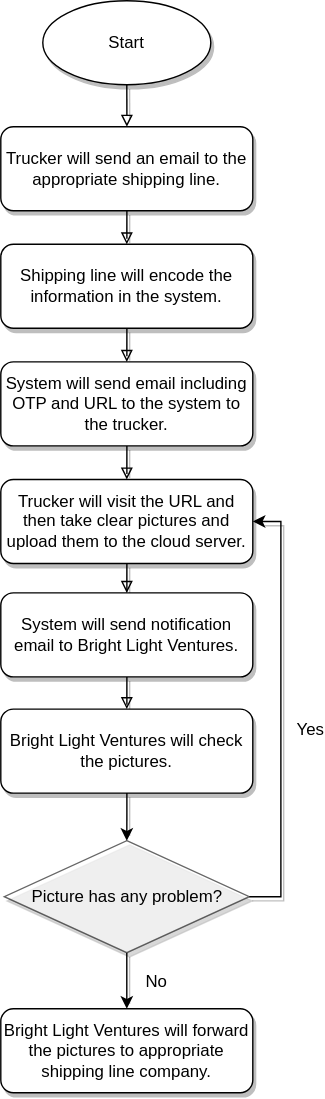
Earlier version of the draw.io export Untitled Diagram.drawio.svg (dev20220810/bright-light-ventures-ph-documentation). Source tidied: cells renumbered, new cells last; positions are measured from the earlier drawing's top-left corner, leaving out a move shared by most shapes. Its diagram source:
```xml
<mxGraphModel>
  <root>
    <mxCell id="0" />
    <mxCell id="1" parent="0" />
    <mxCell id="2" style="edgeStyle=orthogonalEdgeStyle;rounded=0;jettySize=auto;html=1;endArrow=block;endFill=0;shadow=1;" parent="1" edge="1" source="3" target="5">
      <mxGeometry relative="1" as="geometry" />
    </mxCell>
    <mxCell id="3" value="Start" style="ellipse;whiteSpace=wrap;html=1;shadow=1;" parent="1" vertex="1">
      <mxGeometry x="30" width="120" height="60" as="geometry" />
    </mxCell>
    <mxCell id="4" style="edgeStyle=orthogonalEdgeStyle;rounded=0;jettySize=auto;html=1;entryX=0.5;entryY=0;entryDx=0;entryDy=0;endArrow=block;endFill=0;shadow=1;" parent="1" edge="1" source="5" target="7">
      <mxGeometry relative="1" as="geometry" />
    </mxCell>
    <mxCell id="5" value="Trucker will send an email to the appropriate shipping line." style="whiteSpace=wrap;html=1;rounded=1;shadow=1;glass=0;sketch=0;" parent="1" vertex="1">
      <mxGeometry y="90" width="180" height="60" as="geometry" />
    </mxCell>
    <mxCell id="6" style="edgeStyle=orthogonalEdgeStyle;rounded=0;jettySize=auto;html=1;entryX=0.5;entryY=0;entryDx=0;entryDy=0;endArrow=block;endFill=0;shadow=1;" parent="1" edge="1" source="7" target="9">
      <mxGeometry relative="1" as="geometry" />
    </mxCell>
    <mxCell id="7" value="Shipping line will encode the information in the system." style="whiteSpace=wrap;html=1;shadow=1;rounded=1;" parent="1" vertex="1">
      <mxGeometry y="174" width="180" height="60" as="geometry" />
    </mxCell>
    <mxCell id="8" style="edgeStyle=orthogonalEdgeStyle;rounded=0;jettySize=auto;html=1;entryX=0.5;entryY=0;entryDx=0;entryDy=0;endArrow=block;endFill=0;shadow=1;" parent="1" edge="1" source="9" target="11">
      <mxGeometry relative="1" as="geometry" />
    </mxCell>
    <mxCell id="9" value="System will send email including OTP and URL to the system to the trucker." style="whiteSpace=wrap;html=1;shadow=1;rounded=1;" parent="1" vertex="1">
      <mxGeometry y="258" width="180" height="60" as="geometry" />
    </mxCell>
    <mxCell id="10" style="edgeStyle=orthogonalEdgeStyle;rounded=0;jettySize=auto;html=1;entryX=0.5;entryY=0;entryDx=0;entryDy=0;shadow=1;endArrow=block;endFill=0;" parent="1" edge="1" source="11" target="13">
      <mxGeometry relative="1" as="geometry" />
    </mxCell>
    <mxCell id="11" value="Trucker will visit the URL and then take clear pictures and upload them to the cloud server." style="whiteSpace=wrap;html=1;shadow=1;rounded=1;" parent="1" vertex="1">
      <mxGeometry y="342" width="180" height="60" as="geometry" />
    </mxCell>
    <mxCell id="12" style="edgeStyle=orthogonalEdgeStyle;rounded=0;jettySize=auto;html=1;entryX=0.5;entryY=0;entryDx=0;entryDy=0;shadow=1;endArrow=block;endFill=0;" parent="1" edge="1" source="13" target="15">
      <mxGeometry relative="1" as="geometry" />
    </mxCell>
    <mxCell id="13" value="System will send notification email to Bright Light Ventures." style="whiteSpace=wrap;html=1;shadow=1;rounded=1;" parent="1" vertex="1">
      <mxGeometry y="423" width="180" height="60" as="geometry" />
    </mxCell>
    <mxCell id="14" style="edgeStyle=orthogonalEdgeStyle;rounded=0;jettySize=auto;html=1;entryX=0.5;entryY=0;entryDx=0;entryDy=0;shadow=1;fontSize=12;startArrow=none;startFill=0;" parent="1" edge="1" source="15" target="20">
      <mxGeometry relative="1" as="geometry" />
    </mxCell>
    <mxCell id="15" value="Bright Light Ventures will check the pictures." style="whiteSpace=wrap;html=1;shadow=1;rounded=1;" parent="1" vertex="1">
      <mxGeometry y="506" width="180" height="60" as="geometry" />
    </mxCell>
    <mxCell id="16" style="edgeStyle=orthogonalEdgeStyle;rounded=0;jettySize=auto;html=1;entryX=0.5;entryY=0;entryDx=0;entryDy=0;shadow=1;fontSize=12;startArrow=none;startFill=0;" parent="1" edge="1" source="20" target="21">
      <mxGeometry relative="1" as="geometry" />
    </mxCell>
    <mxCell id="17" value="No" style="edgeLabel;html=1;align=center;verticalAlign=middle;fontSize=12;" parent="16" vertex="1">
      <mxGeometry x="-0.84" relative="1" as="geometry">
        <mxPoint x="20" y="17" as="offset" />
      </mxGeometry>
    </mxCell>
    <mxCell id="18" style="edgeStyle=orthogonalEdgeStyle;rounded=0;jettySize=auto;html=1;entryX=1;entryY=0.5;entryDx=0;entryDy=0;shadow=1;fontSize=12;startArrow=none;startFill=0;" parent="1" edge="1" source="20" target="11">
      <mxGeometry relative="1" as="geometry">
        <Array as="points">
          <mxPoint x="200" y="640" />
          <mxPoint x="200" y="372" />
        </Array>
      </mxGeometry>
    </mxCell>
    <mxCell id="19" value="Yes" style="edgeLabel;html=1;align=center;verticalAlign=middle;fontSize=12;" parent="18" vertex="1">
      <mxGeometry x="-0.1" y="2" relative="1" as="geometry">
        <mxPoint x="22" y="-2" as="offset" />
      </mxGeometry>
    </mxCell>
    <mxCell id="20" value="Picture has any problem?" style="rhombus;whiteSpace=wrap;html=1;shadow=1;glass=1;fillStyle=auto;fontSize=12;opacity=60;rounded=0;" parent="1" vertex="1">
      <mxGeometry x="2.5" y="600" width="175" height="80" as="geometry" />
    </mxCell>
    <mxCell id="21" value="Bright Light Ventures will forward the pictures to appropriate shipping line company." style="whiteSpace=wrap;html=1;shadow=1;rounded=1;" parent="1" vertex="1">
      <mxGeometry y="720" width="180" height="60" as="geometry" />
    </mxCell>
  </root>
</mxGraphModel>
```
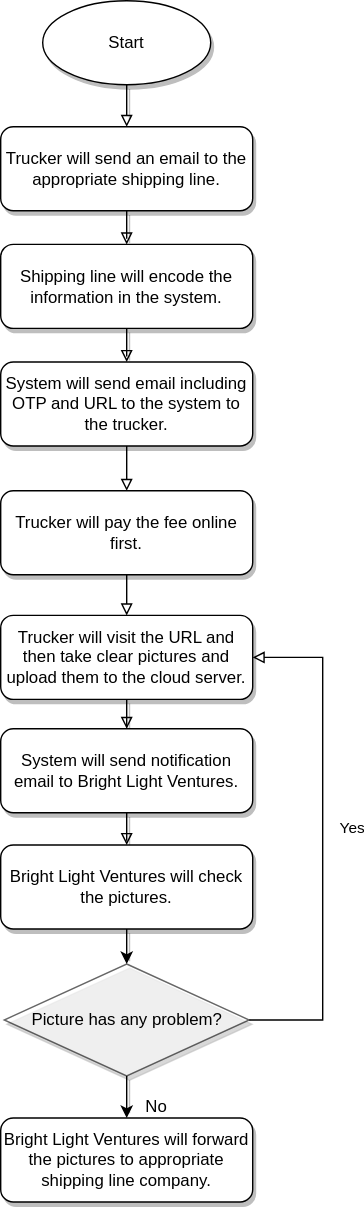
After the commit.

Diff of the diagram source:
```diff
@@ -20,9 +20,9 @@
     <mxCell id="7" value="Shipping line will encode the information in the system." style="whiteSpace=wrap;html=1;shadow=1;rounded=1;" parent="1" vertex="1">
       <mxGeometry y="174" width="180" height="60" as="geometry" />
     </mxCell>
-    <mxCell id="8" style="edgeStyle=orthogonalEdgeStyle;rounded=0;jettySize=auto;html=1;entryX=0.5;entryY=0;entryDx=0;entryDy=0;endArrow=block;endFill=0;shadow=1;" parent="1" edge="1" source="9" target="11">
-      <mxGeometry relative="1" as="geometry" />
-    </mxCell>
+    <mxCell id="22" style="edgeStyle=orthogonalEdgeStyle;rounded=0;jettySize=auto;html=1;entryX=0.5;entryY=0;entryDx=0;entryDy=0;endArrow=block;endFill=0;" parent="1" edge="1" source="9" target="24">
+      <mxGeometry relative="1" as="geometry" />
+    </mxCell>
     <mxCell id="9" value="System will send email including OTP and URL to the system to the trucker." style="whiteSpace=wrap;html=1;shadow=1;rounded=1;" parent="1" vertex="1">
       <mxGeometry y="258" width="180" height="60" as="geometry" />
     </mxCell>
@@ -30,19 +30,19 @@
       <mxGeometry relative="1" as="geometry" />
     </mxCell>
     <mxCell id="11" value="Trucker will visit the URL and then take clear pictures and upload them to the cloud server." style="whiteSpace=wrap;html=1;shadow=1;rounded=1;" parent="1" vertex="1">
-      <mxGeometry y="342" width="180" height="60" as="geometry" />
+      <mxGeometry y="439" width="180" height="60" as="geometry" />
     </mxCell>
     <mxCell id="12" style="edgeStyle=orthogonalEdgeStyle;rounded=0;jettySize=auto;html=1;entryX=0.5;entryY=0;entryDx=0;entryDy=0;shadow=1;endArrow=block;endFill=0;" parent="1" edge="1" source="13" target="15">
       <mxGeometry relative="1" as="geometry" />
     </mxCell>
     <mxCell id="13" value="System will send notification email to Bright Light Ventures." style="whiteSpace=wrap;html=1;shadow=1;rounded=1;" parent="1" vertex="1">
-      <mxGeometry y="423" width="180" height="60" as="geometry" />
+      <mxGeometry y="520" width="180" height="60" as="geometry" />
     </mxCell>
     <mxCell id="14" style="edgeStyle=orthogonalEdgeStyle;rounded=0;jettySize=auto;html=1;entryX=0.5;entryY=0;entryDx=0;entryDy=0;shadow=1;fontSize=12;startArrow=none;startFill=0;" parent="1" edge="1" source="15" target="20">
       <mxGeometry relative="1" as="geometry" />
     </mxCell>
     <mxCell id="15" value="Bright Light Ventures will check the pictures." style="whiteSpace=wrap;html=1;shadow=1;rounded=1;" parent="1" vertex="1">
-      <mxGeometry y="506" width="180" height="60" as="geometry" />
+      <mxGeometry y="603" width="180" height="60" as="geometry" />
     </mxCell>
     <mxCell id="16" style="edgeStyle=orthogonalEdgeStyle;rounded=0;jettySize=auto;html=1;entryX=0.5;entryY=0;entryDx=0;entryDy=0;shadow=1;fontSize=12;startArrow=none;startFill=0;" parent="1" edge="1" source="20" target="21">
       <mxGeometry relative="1" as="geometry" />
@@ -52,24 +52,30 @@
         <mxPoint x="20" y="17" as="offset" />
       </mxGeometry>
     </mxCell>
-    <mxCell id="18" style="edgeStyle=orthogonalEdgeStyle;rounded=0;jettySize=auto;html=1;entryX=1;entryY=0.5;entryDx=0;entryDy=0;shadow=1;fontSize=12;startArrow=none;startFill=0;" parent="1" edge="1" source="20" target="11">
+    <mxCell id="18" style="edgeStyle=orthogonalEdgeStyle;rounded=0;jettySize=auto;html=1;entryX=1;entryY=0.5;entryDx=0;entryDy=0;endArrow=block;endFill=0;" parent="1" edge="1" source="20" target="11">
       <mxGeometry relative="1" as="geometry">
         <Array as="points">
-          <mxPoint x="200" y="640" />
-          <mxPoint x="200" y="372" />
+          <mxPoint x="230" y="728" />
+          <mxPoint x="230" y="469" />
         </Array>
       </mxGeometry>
     </mxCell>
-    <mxCell id="19" value="Yes" style="edgeLabel;html=1;align=center;verticalAlign=middle;fontSize=12;" parent="18" vertex="1">
-      <mxGeometry x="-0.1" y="2" relative="1" as="geometry">
-        <mxPoint x="22" y="-2" as="offset" />
+    <mxCell id="19" value="Yes" style="edgeLabel;html=1;align=center;verticalAlign=middle;" parent="18" vertex="1">
+      <mxGeometry x="-0.18" relative="1" as="geometry">
+        <mxPoint x="20" y="-41" as="offset" />
       </mxGeometry>
     </mxCell>
     <mxCell id="20" value="Picture has any problem?" style="rhombus;whiteSpace=wrap;html=1;shadow=1;glass=1;fillStyle=auto;fontSize=12;opacity=60;rounded=0;" parent="1" vertex="1">
-      <mxGeometry x="2.5" y="600" width="175" height="80" as="geometry" />
+      <mxGeometry x="2.5" y="688" width="175" height="80" as="geometry" />
     </mxCell>
     <mxCell id="21" value="Bright Light Ventures will forward the pictures to appropriate shipping line company." style="whiteSpace=wrap;html=1;shadow=1;rounded=1;" parent="1" vertex="1">
-      <mxGeometry y="720" width="180" height="60" as="geometry" />
+      <mxGeometry y="798" width="180" height="60" as="geometry" />
     </mxCell>
+    <mxCell id="23" style="edgeStyle=orthogonalEdgeStyle;rounded=0;jettySize=auto;html=1;entryX=0.5;entryY=0;entryDx=0;entryDy=0;endArrow=block;endFill=0;" parent="1" edge="1" source="24" target="11">
+      <mxGeometry relative="1" as="geometry" />
+    </mxCell>
+    <mxCell id="24" value="Trucker will pay the fee online first." style="whiteSpace=wrap;html=1;shadow=1;rounded=1;" parent="1" vertex="1">
+      <mxGeometry y="350" width="180" height="60" as="geometry" />
+    </mxCell>
   </root>
 </mxGraphModel>
```
